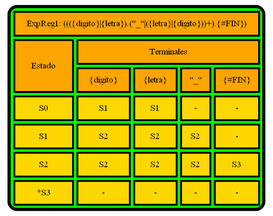
PikaGuty/OLC1_Proyecto1_202004765 keeps this Graphviz diagram as TRANSICIONES_202004765/TablaTrans_ExpReg1.png. Above is the earlier version. Its source is kept beside it as TRANSICIONES_202004765/TablaTrans_ExpReg1.dot. The source it was exported from:
```dot
digraph G {
label=<
<TABLE border="5" cellspacing="4" cellpadding="10" style="rounded" bgcolor="green" gradientangle="315">
<TR>
<TD border="3"  colspan="5" bgcolor="orange">ExpReg1: ((({digito}|{letra}).("_"|({letra}|{digito}))+).{#FIN})</TD>
</TR>
<TR>
<TD border="3"  rowspan="2" bgcolor="orange">Estado</TD>
<TD border="3"  colspan="4" bgcolor="orange">Terminales</TD>
</TR>
<TR>
<TD border="3" bgcolor="orange">{digito}</TD>
<TD border="3" bgcolor="orange">{letra}</TD>
<TD border="3" bgcolor="orange">"_"</TD>
<TD border="3" bgcolor="orange">{#FIN}</TD>
</TR>
<TR>
<TD border="3"  bgcolor="gold">S0</TD><TD border="3" bgcolor="gold">S1</TD>
<TD border="3" bgcolor="gold">S1</TD>
<TD border="3" bgcolor="gold">-</TD>
<TD border="3" bgcolor="gold">-</TD>
</TR>
<TR>
<TD border="3"  bgcolor="gold">S1</TD><TD border="3" bgcolor="gold">S2</TD>
<TD border="3" bgcolor="gold">S2</TD>
<TD border="3" bgcolor="gold">S2</TD>
<TD border="3" bgcolor="gold">-</TD>
</TR>
<TR>
<TD border="3"  bgcolor="gold">S2</TD><TD border="3" bgcolor="gold">S2</TD>
<TD border="3" bgcolor="gold">S2</TD>
<TD border="3" bgcolor="gold">S2</TD>
<TD border="3" bgcolor="gold">S3</TD>
</TR>
<TR>
<TD border="3"  bgcolor="gold">*S3</TD><TD border="3" bgcolor="gold">-</TD>
<TD border="3" bgcolor="gold">-</TD>
<TD border="3" bgcolor="gold">-</TD>
<TD border="3" bgcolor="gold">-</TD>
</TR>
</TABLE>>


}
```
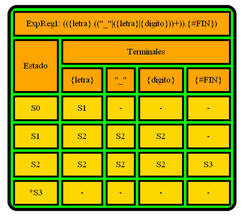
After the change.

Change to the diagram source:
```diff
@@ -2,21 +2,21 @@
 label=<
 <TABLE border="5" cellspacing="4" cellpadding="10" style="rounded" bgcolor="green" gradientangle="315">
 <TR>
-<TD border="3"  colspan="5" bgcolor="orange">ExpReg1: ((({digito}|{letra}).("_"|({letra}|{digito}))+).{#FIN})</TD>
+<TD border="3"  colspan="5" bgcolor="orange">ExpReg1: (({letra}.(("_"|({letra}|{digito}))+)).{#FIN})</TD>
 </TR>
 <TR>
 <TD border="3"  rowspan="2" bgcolor="orange">Estado</TD>
 <TD border="3"  colspan="4" bgcolor="orange">Terminales</TD>
 </TR>
 <TR>
-<TD border="3" bgcolor="orange">{digito}</TD>
 <TD border="3" bgcolor="orange">{letra}</TD>
 <TD border="3" bgcolor="orange">"_"</TD>
+<TD border="3" bgcolor="orange">{digito}</TD>
 <TD border="3" bgcolor="orange">{#FIN}</TD>
 </TR>
 <TR>
 <TD border="3"  bgcolor="gold">S0</TD><TD border="3" bgcolor="gold">S1</TD>
-<TD border="3" bgcolor="gold">S1</TD>
+<TD border="3" bgcolor="gold">-</TD>
 <TD border="3" bgcolor="gold">-</TD>
 <TD border="3" bgcolor="gold">-</TD>
 </TR>
```
